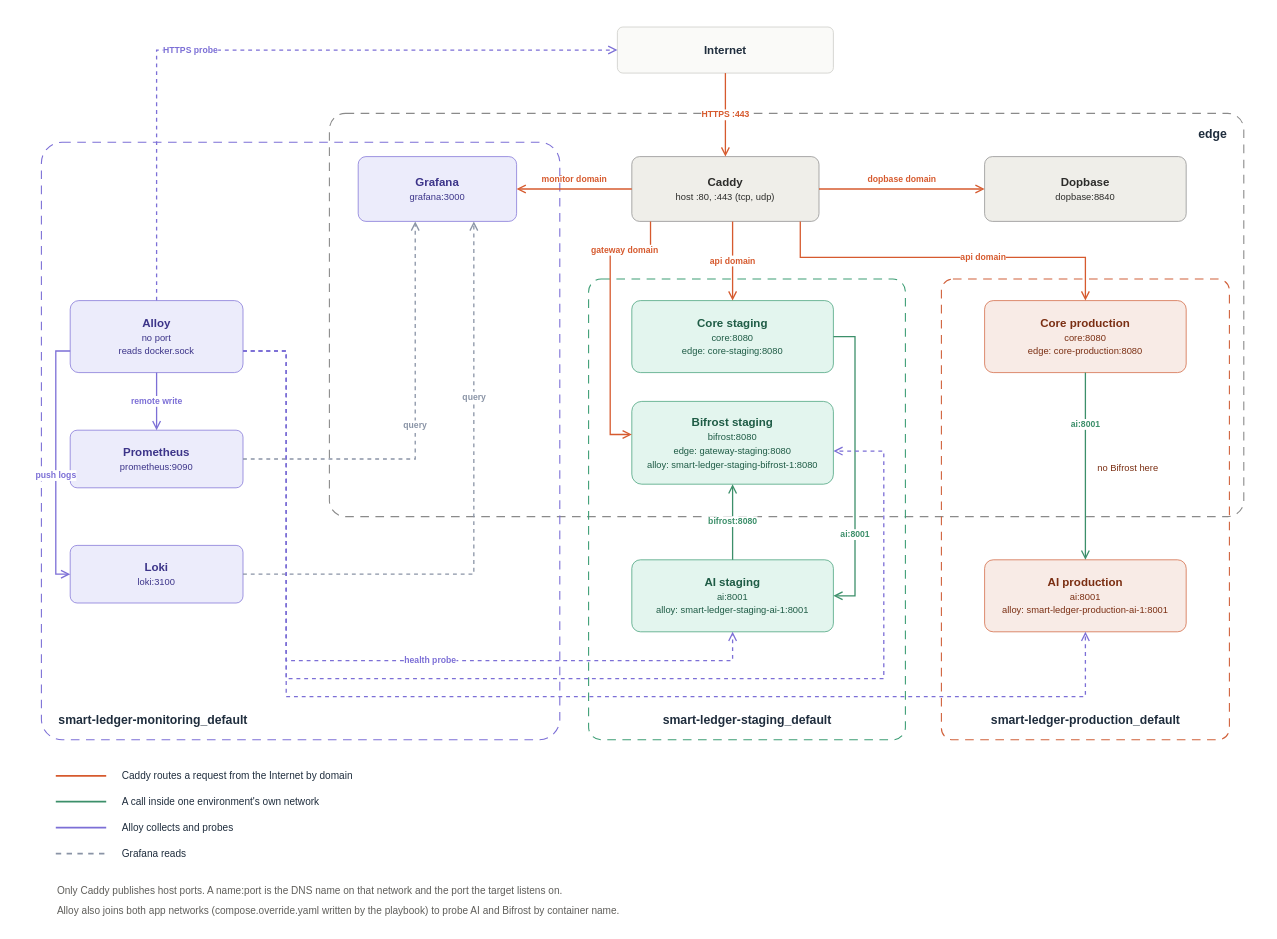
Earlier version of the draw.io diagram docs/architecture/diagrams/src/vps-network.drawio (miphu2804/smart-ledger). Source tidied: cells renumbered, new cells numbered last; positions are measured from the earlier drawing's top-left corner, leaving out a move shared by most shapes. Both pictures are drawn from the tidied source at 72%, with x=0, y=0 at pixel (12, 12).
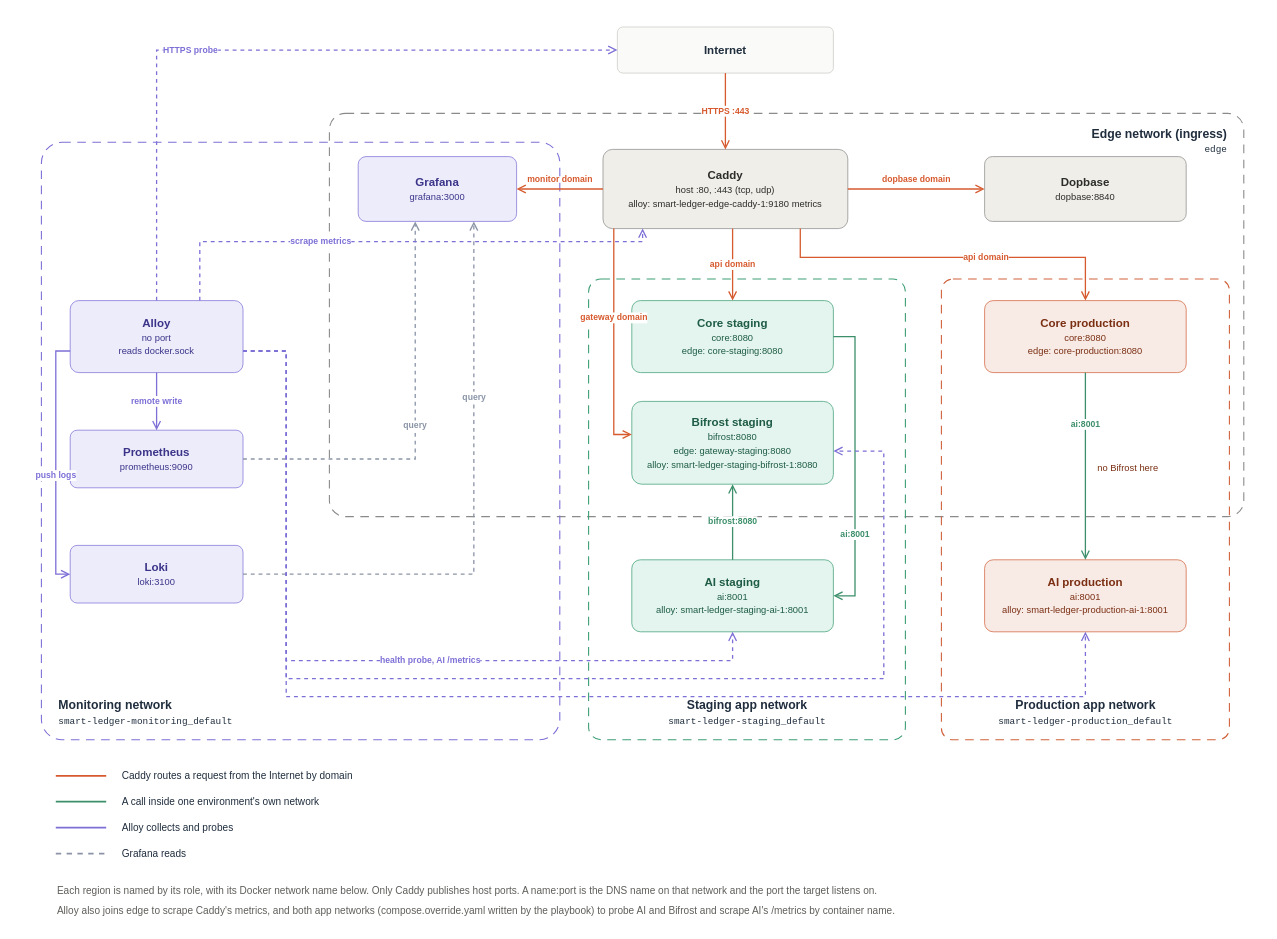
The same diagram, later.

Commit message (it also covers changes not shown here):
docs(ci-cd): show metrics scrapes and network roles on the vps diagram

Unchanged cells that the change refers to:
```xml
<mxCell id="11" value="&lt;b&gt;Alloy&lt;/b&gt;&lt;br&gt;&lt;span style=&quot;font-size:13px;font-weight:normal&quot;&gt;no port&lt;/span&gt;&lt;br&gt;&lt;span style=&quot;font-size:13px;font-weight:normal&quot;&gt;reads docker.sock&lt;/span&gt;" style="rounded=1;arcSize=12;html=1;whiteSpace=wrap;fillColor=#ececfb;strokeColor=#7c6fd6;fontColor=#3c3489;fontSize=16;" parent="1" vertex="1">
  <mxGeometry x="80" y="400" width="240" height="100" as="geometry" />
</mxCell>
<mxCell id="14" value="&lt;b&gt;Core staging&lt;/b&gt;&lt;br&gt;&lt;span style=&quot;font-size:13px;font-weight:normal&quot;&gt;core:8080&lt;/span&gt;&lt;br&gt;&lt;span style=&quot;font-size:13px;font-weight:normal&quot;&gt;edge: core-staging:8080&lt;/span&gt;" style="rounded=1;arcSize=12;html=1;whiteSpace=wrap;fillColor=#e3f5ee;strokeColor=#3c9d74;fontColor=#1e5b45;fontSize=16;" parent="1" vertex="1">
  <mxGeometry x="860" y="400" width="280" height="100" as="geometry" />
</mxCell>
<mxCell id="15" value="&lt;b&gt;Bifrost staging&lt;/b&gt;&lt;br&gt;&lt;span style=&quot;font-size:13px;font-weight:normal&quot;&gt;bifrost:8080&lt;/span&gt;&lt;br&gt;&lt;span style=&quot;font-size:13px;font-weight:normal&quot;&gt;edge: gateway-staging:8080&lt;/span&gt;&lt;br&gt;&lt;span style=&quot;font-size:13px;font-weight:normal&quot;&gt;alloy: smart-ledger-staging-bifrost-1:8080&lt;/span&gt;" style="rounded=1;arcSize=12;html=1;whiteSpace=wrap;fillColor=#e3f5ee;strokeColor=#3c9d74;fontColor=#1e5b45;fontSize=16;" parent="1" vertex="1">
  <mxGeometry x="860" y="540" width="280" height="115" as="geometry" />
</mxCell>
<mxCell id="16" value="&lt;b&gt;AI staging&lt;/b&gt;&lt;br&gt;&lt;span style=&quot;font-size:13px;font-weight:normal&quot;&gt;ai:8001&lt;/span&gt;&lt;br&gt;&lt;span style=&quot;font-size:13px;font-weight:normal&quot;&gt;alloy: smart-ledger-staging-ai-1:8001&lt;/span&gt;" style="rounded=1;arcSize=12;html=1;whiteSpace=wrap;fillColor=#e3f5ee;strokeColor=#3c9d74;fontColor=#1e5b45;fontSize=16;" parent="1" vertex="1">
  <mxGeometry x="860" y="760" width="280" height="100" as="geometry" />
</mxCell>
<mxCell id="17" value="&lt;b&gt;Core production&lt;/b&gt;&lt;br&gt;&lt;span style=&quot;font-size:13px;font-weight:normal&quot;&gt;core:8080&lt;/span&gt;&lt;br&gt;&lt;span style=&quot;font-size:13px;font-weight:normal&quot;&gt;edge: core-production:8080&lt;/span&gt;" style="rounded=1;arcSize=12;html=1;whiteSpace=wrap;fillColor=#f8ebe6;strokeColor=#d0603a;fontColor=#7a2e12;fontSize=16;" parent="1" vertex="1">
  <mxGeometry x="1350" y="400" width="280" height="100" as="geometry" />
</mxCell>
```

The edit, as a diff of the source:
```diff
@@
-    <mxCell id="3" value="edge" style="rounded=1;arcSize=4;html=1;dashed=1;dashPattern=8 6;fillColor=none;strokeColor=#8a8a8a;strokeWidth=1.5;fontColor=#1f2d3d;fontSize=17;fontStyle=1;verticalAlign=top;align=right;spacingLeft=22;spacingRight=22;spacingTop=12;spacingBottom=14;" parent="1" vertex="1">
+    <mxCell id="3" value="Edge network (ingress)&lt;br&gt;&lt;span style=&quot;font-size:13px;font-weight:normal;font-family:monospace&quot;&gt;edge&lt;/span&gt;" style="rounded=1;arcSize=4;html=1;dashed=1;dashPattern=8 6;fillColor=none;strokeColor=#8a8a8a;strokeWidth=1.5;fontColor=#1f2d3d;fontSize=17;fontStyle=1;verticalAlign=top;align=right;spacingLeft=22;spacingRight=22;spacingTop=12;spacingBottom=14;" parent="1" vertex="1">
       <mxGeometry x="440" y="140" width="1270" height="560" as="geometry" />
     </mxCell>
-    <mxCell id="4" value="smart-ledger-monitoring_default" style="rounded=1;arcSize=4;html=1;dashed=1;dashPattern=8 6;fillColor=none;strokeColor=#7c6fd6;strokeWidth=1.5;fontColor=#1f2d3d;fontSize=17;fontStyle=1;verticalAlign=bottom;align=left;spacingLeft=22;spacingRight=22;spacingTop=12;spacingBottom=14;" parent="1" vertex="1">
+    <mxCell id="4" value="Monitoring network&lt;br&gt;&lt;span style=&quot;font-size:13px;font-weight:normal;font-family:monospace&quot;&gt;smart-ledger-monitoring_default&lt;/span&gt;" style="rounded=1;arcSize=4;html=1;dashed=1;dashPattern=8 6;fillColor=none;strokeColor=#7c6fd6;strokeWidth=1.5;fontColor=#1f2d3d;fontSize=17;fontStyle=1;verticalAlign=bottom;align=left;spacingLeft=22;spacingRight=22;spacingTop=12;spacingBottom=14;" parent="1" vertex="1">
       <mxGeometry x="40" y="180" width="720" height="830" as="geometry" />
     </mxCell>
-    <mxCell id="5" value="smart-ledger-staging_default" style="rounded=1;arcSize=4;html=1;dashed=1;dashPattern=8 6;fillColor=none;strokeColor=#3c9d74;strokeWidth=1.5;fontColor=#1f2d3d;fontSize=17;fontStyle=1;verticalAlign=bottom;align=center;spacingLeft=22;spacingRight=22;spacingTop=12;spacingBottom=14;" parent="1" vertex="1">
+    <mxCell id="5" value="Staging app network&lt;br&gt;&lt;span style=&quot;font-size:13px;font-weight:normal;font-family:monospace&quot;&gt;smart-ledger-staging_default&lt;/span&gt;" style="rounded=1;arcSize=4;html=1;dashed=1;dashPattern=8 6;fillColor=none;strokeColor=#3c9d74;strokeWidth=1.5;fontColor=#1f2d3d;fontSize=17;fontStyle=1;verticalAlign=bottom;align=center;spacingLeft=22;spacingRight=22;spacingTop=12;spacingBottom=14;" parent="1" vertex="1">
       <mxGeometry x="800" y="370" width="440" height="640" as="geometry" />
     </mxCell>
-    <mxCell id="6" value="smart-ledger-production_default" style="rounded=1;arcSize=4;html=1;dashed=1;dashPattern=8 6;fillColor=none;strokeColor=#d0603a;strokeWidth=1.5;fontColor=#1f2d3d;fontSize=17;fontStyle=1;verticalAlign=bottom;align=center;spacingLeft=22;spacingRight=22;spacingTop=12;spacingBottom=14;" parent="1" vertex="1">
+    <mxCell id="6" value="Production app network&lt;br&gt;&lt;span style=&quot;font-size:13px;font-weight:normal;font-family:monospace&quot;&gt;smart-ledger-production_default&lt;/span&gt;" style="rounded=1;arcSize=4;html=1;dashed=1;dashPattern=8 6;fillColor=none;strokeColor=#d0603a;strokeWidth=1.5;fontColor=#1f2d3d;fontSize=17;fontStyle=1;verticalAlign=bottom;align=center;spacingLeft=22;spacingRight=22;spacingTop=12;spacingBottom=14;" parent="1" vertex="1">
       <mxGeometry x="1290" y="370" width="400" height="640" as="geometry" />
     </mxCell>
@@
-    <mxCell id="9" value="&lt;b&gt;Caddy&lt;/b&gt;&lt;br&gt;&lt;span style=&quot;font-size:13px;font-weight:normal&quot;&gt;host :80, :443 (tcp, udp)&lt;/span&gt;" style="rounded=1;arcSize=12;html=1;whiteSpace=wrap;fillColor=#efeee9;strokeColor=#8a8a8a;fontColor=#2c2c2a;fontSize=16;" parent="1" vertex="1">
-      <mxGeometry x="860" y="200" width="260" height="90" as="geometry" />
+    <mxCell id="9" value="&lt;b&gt;Caddy&lt;/b&gt;&lt;br&gt;&lt;span style=&quot;font-size:13px;font-weight:normal&quot;&gt;host :80, :443 (tcp, udp)&lt;/span&gt;&lt;br&gt;&lt;span style=&quot;font-size:13px;font-weight:normal&quot;&gt;alloy: smart-ledger-edge-caddy-1:9180 metrics&lt;/span&gt;" style="rounded=1;arcSize=12;html=1;whiteSpace=wrap;fillColor=#efeee9;strokeColor=#8a8a8a;fontColor=#2c2c2a;fontSize=16;" parent="1" vertex="1">
+      <mxGeometry x="820" y="190" width="340" height="110" as="geometry" />
     </mxCell>
@@
-    <mxCell id="23" value="api domain" style="edgeStyle=orthogonalEdgeStyle;rounded=0;html=1;endArrow=open;endSize=9;strokeColor=#d65a2e;strokeWidth=1.8;fontColor=#d65a2e;fontSize=12;fontStyle=1;labelBackgroundColor=#ffffff;exitX=0.5385;exitY=1;entryX=0.5;entryY=0;" parent="1" edge="1" source="9" target="14">
+    <mxCell id="23" value="api domain" style="edgeStyle=orthogonalEdgeStyle;rounded=0;html=1;endArrow=open;endSize=9;strokeColor=#d65a2e;strokeWidth=1.8;fontColor=#d65a2e;fontSize=12;fontStyle=1;labelBackgroundColor=#ffffff;exitX=0.5294;exitY=1;entryX=0.5;entryY=0;" parent="1" edge="1" source="9" target="14">
       <mxGeometry relative="1" as="geometry" />
     </mxCell>
-    <mxCell id="24" value="gateway domain" style="edgeStyle=orthogonalEdgeStyle;rounded=0;html=1;endArrow=open;endSize=9;strokeColor=#d65a2e;strokeWidth=1.8;fontColor=#d65a2e;fontSize=12;fontStyle=1;labelBackgroundColor=#ffffff;exitX=0.1;exitY=1;entryX=0;entryY=0.4;" parent="1" edge="1" source="9" target="15">
-      <mxGeometry x="-0.6" relative="1" as="geometry">
+    <mxCell id="24" value="gateway domain" style="edgeStyle=orthogonalEdgeStyle;rounded=0;html=1;endArrow=open;endSize=9;strokeColor=#d65a2e;strokeWidth=1.8;fontColor=#d65a2e;fontSize=12;fontStyle=1;labelBackgroundColor=#ffffff;exitX=0.0441;exitY=1;entryX=0;entryY=0.4;" parent="1" edge="1" source="9" target="15">
+      <mxGeometry x="-0.2" relative="1" as="geometry">
         <Array as="points">
-          <mxPoint x="886" y="330" />
-          <mxPoint x="830" y="330" />
-          <mxPoint x="830" y="586" />
+          <mxPoint x="835" y="586" />
         </Array>
       </mxGeometry>
     </mxCell>
-    <mxCell id="25" value="api domain" style="edgeStyle=orthogonalEdgeStyle;rounded=0;html=1;endArrow=open;endSize=9;strokeColor=#d65a2e;strokeWidth=1.8;fontColor=#d65a2e;fontSize=12;fontStyle=1;labelBackgroundColor=#ffffff;exitX=0.9;exitY=1;entryX=0.5;entryY=0;" parent="1" edge="1" source="9" target="17">
+    <mxCell id="25" value="api domain" style="edgeStyle=orthogonalEdgeStyle;rounded=0;html=1;endArrow=open;endSize=9;strokeColor=#d65a2e;strokeWidth=1.8;fontColor=#d65a2e;fontSize=12;fontStyle=1;labelBackgroundColor=#ffffff;exitX=0.8059;exitY=1;entryX=0.5;entryY=0;" parent="1" edge="1" source="9" target="17">
       <mxGeometry x="0.2" relative="1" as="geometry">
         <Array as="points">
           <mxPoint x="1094" y="340" />
           <mxPoint x="1490" y="340" />
         </Array>
       </mxGeometry>
     </mxCell>
@@
+    <mxCell id="47" value="scrape metrics" style="edgeStyle=orthogonalEdgeStyle;rounded=0;html=1;endArrow=open;endSize=9;strokeColor=#7c6fd6;strokeWidth=1.8;dashed=1;fontColor=#7c6fd6;fontSize=12;fontStyle=1;labelBackgroundColor=#ffffff;exitX=0.75;exitY=0;entryX=0.1618;entryY=1;" parent="1" edge="1" source="11" target="9">
+      <mxGeometry x="-0.3" relative="1" as="geometry">
+        <Array as="points">
+          <mxPoint x="260" y="318" />
+          <mxPoint x="875" y="318" />
+        </Array>
+      </mxGeometry>
+    </mxCell>
-    <mxCell id="34" value="health probe" style="edgeStyle=orthogonalEdgeStyle;rounded=0;html=1;endArrow=open;endSize=9;strokeColor=#7c6fd6;strokeWidth=1.8;dashed=1;fontColor=#7c6fd6;fontSize=12;fontStyle=1;labelBackgroundColor=#ffffff;exitX=1;exitY=0.7;entryX=0.5;entryY=1;" parent="1" edge="1" source="11" target="16">
+    <mxCell id="34" value="health probe, AI /metrics" style="edgeStyle=orthogonalEdgeStyle;rounded=0;html=1;endArrow=open;endSize=9;strokeColor=#7c6fd6;strokeWidth=1.8;dashed=1;fontColor=#7c6fd6;fontSize=12;fontStyle=1;labelBackgroundColor=#ffffff;exitX=1;exitY=0.7;entryX=0.5;entryY=1;" parent="1" edge="1" source="11" target="16">
       <mxGeometry x="0.2" relative="1" as="geometry">
         <Array as="points">
           <mxPoint x="380" y="470" />
           <mxPoint x="380" y="900" />
           <mxPoint x="1000" y="900" />
         </Array>
       </mxGeometry>
     </mxCell>
@@
-    <mxCell id="45" value="Only Caddy publishes host ports. A name:port is the DNS name on that network and the port the target listens on." style="text;html=1;align=left;verticalAlign=middle;fontColor=#5f5e5a;fontSize=14;" parent="1" vertex="1">
+    <mxCell id="45" value="Each region is named by its role, with its Docker network name below. Only Caddy publishes host ports. A name:port is the DNS name on that network and the port the target listens on." style="text;html=1;align=left;verticalAlign=middle;fontColor=#5f5e5a;fontSize=14;" parent="1" vertex="1">
       <mxGeometry x="60" y="1205" width="1600" height="28" as="geometry" />
     </mxCell>
-    <mxCell id="46" value="Alloy also joins both app networks (compose.override.yaml written by the playbook) to probe AI and Bifrost by container name." style="text;html=1;align=left;verticalAlign=middle;fontColor=#5f5e5a;fontSize=14;" parent="1" vertex="1">
+    <mxCell id="46" value="Alloy also joins edge to scrape Caddy's metrics, and both app networks (compose.override.yaml written by the playbook) to probe AI and Bifrost and scrape AI's /metrics by container name." style="text;html=1;align=left;verticalAlign=middle;fontColor=#5f5e5a;fontSize=14;" parent="1" vertex="1">
       <mxGeometry x="60" y="1233" width="1600" height="28" as="geometry" />
     </mxCell>
```
